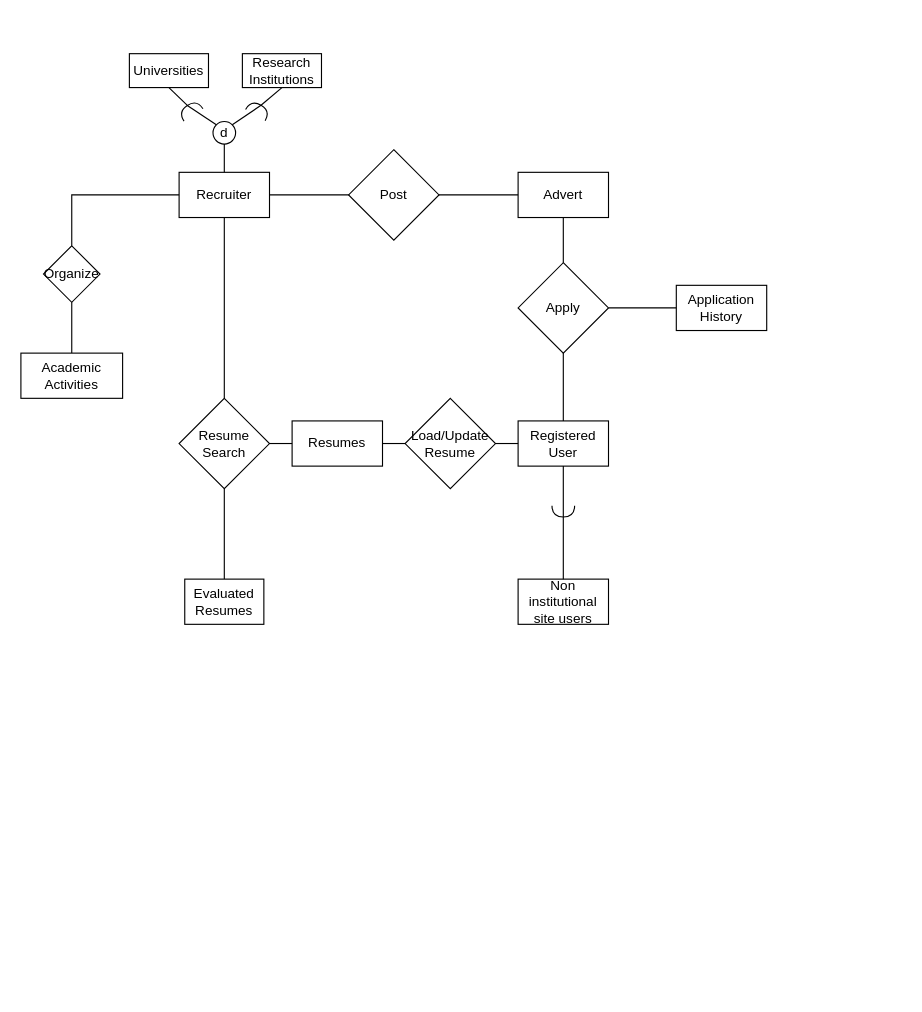
Earlier version of the draw.io diagram Untitled Diagram.drawio (elkesh/intro_to_database). Source tidied: cells renumbered, new cells numbered last; positions are measured from the earlier drawing's top-left corner, leaving out a move shared by most shapes. Both pictures are drawn from the tidied source at 113%, with x=0, y=0 at pixel (20, 53).
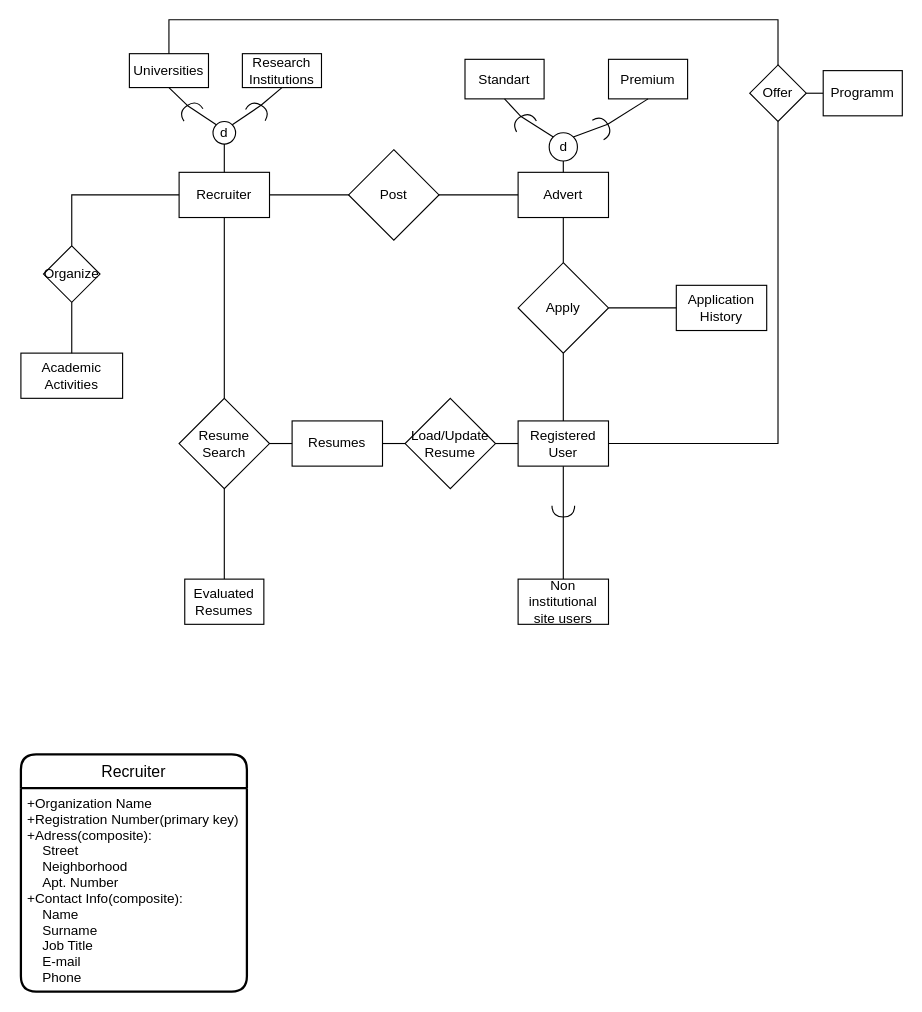
The same page after the edit.

The change refers to these unchanged cells:
```xml
<mxCell id="11" value="Registered&lt;br&gt;User" style="rounded=0;whiteSpace=wrap;html=1;" parent="1" vertex="1">
  <mxGeometry x="440" y="325" width="80" height="40" as="geometry" />
</mxCell>
<mxCell id="19" value="Advert" style="rounded=0;whiteSpace=wrap;html=1;" parent="1" vertex="1">
  <mxGeometry x="440" y="105" width="80" height="40" as="geometry" />
</mxCell>
<mxCell id="24" value="Universities" style="rounded=0;whiteSpace=wrap;html=1;" parent="1" vertex="1">
  <mxGeometry x="96" width="70" height="30" as="geometry" />
</mxCell>
```

Change to the diagram source:
```diff
@@
+    <mxCell id="39" style="endArrow=none;html=1;rounded=0;exitX=0.5;exitY=0;exitDx=0;exitDy=0;entryX=0.5;entryY=0;entryDx=0;entryDy=0;" parent="1" edge="1" source="24" target="40">
+      <mxGeometry relative="1" as="geometry">
+        <Array as="points">
+          <mxPoint x="131" y="-30" />
+          <mxPoint x="670" y="-30" />
+        </Array>
+      </mxGeometry>
+    </mxCell>
+    <mxCell id="40" value="Offer" style="rhombus;whiteSpace=wrap;html=1;" parent="1" vertex="1">
+      <mxGeometry x="645" y="10" width="50" height="50" as="geometry" />
+    </mxCell>
+    <mxCell id="41" style="endArrow=none;html=1;rounded=0;entryX=1;entryY=0.5;entryDx=0;entryDy=0;exitX=0;exitY=0.5;exitDx=0;exitDy=0;" parent="1" edge="1" source="42" target="40">
+      <mxGeometry relative="1" as="geometry" />
+    </mxCell>
+    <mxCell id="42" value="Programm" style="rounded=0;whiteSpace=wrap;html=1;" parent="1" vertex="1">
+      <mxGeometry x="710" y="15" width="70" height="40" as="geometry" />
+    </mxCell>
+    <mxCell id="43" style="endArrow=none;html=1;rounded=0;entryX=0.5;entryY=1;entryDx=0;entryDy=0;exitX=1;exitY=0.5;exitDx=0;exitDy=0;" parent="1" edge="1" source="11" target="40">
+      <mxGeometry relative="1" as="geometry">
+        <Array as="points">
+          <mxPoint x="670" y="345" />
+        </Array>
+      </mxGeometry>
+    </mxCell>
+    <mxCell id="44" value="d" style="ellipse;whiteSpace=wrap;html=1;" parent="1" vertex="1">
+      <mxGeometry x="467.5" y="70" width="25" height="25" as="geometry" />
+    </mxCell>
+    <mxCell id="45" style="endArrow=none;html=1;rounded=0;entryX=0.5;entryY=1;entryDx=0;entryDy=0;exitX=0.5;exitY=0;exitDx=0;exitDy=0;" parent="1" edge="1" source="19" target="44">
+      <mxGeometry relative="1" as="geometry" />
+    </mxCell>
+    <mxCell id="46" value="Standart" style="rounded=0;whiteSpace=wrap;html=1;" parent="1" vertex="1">
+      <mxGeometry x="393" y="5" width="70" height="35" as="geometry" />
+    </mxCell>
+    <mxCell id="47" value="Premium" style="rounded=0;whiteSpace=wrap;html=1;" parent="1" vertex="1">
+      <mxGeometry x="520" y="5" width="70" height="35" as="geometry" />
+    </mxCell>
+    <mxCell id="48" style="endArrow=none;html=1;rounded=0;entryX=0.5;entryY=1;entryDx=0;entryDy=0;exitX=1;exitY=0.5;exitDx=0;exitDy=0;exitPerimeter=0;" parent="1" edge="1" source="52" target="46">
+      <mxGeometry relative="1" as="geometry" />
+    </mxCell>
+    <mxCell id="49" style="endArrow=none;html=1;rounded=0;exitX=1;exitY=0.5;exitDx=0;exitDy=0;exitPerimeter=0;entryX=1;entryY=0;entryDx=0;entryDy=0;" parent="1" edge="1" source="50" target="44">
+      <mxGeometry relative="1" as="geometry" />
+    </mxCell>
+    <mxCell id="50" style="shape=requiredInterface;html=1;verticalLabelPosition=bottom;sketch=0;rotation=-30;" parent="1" vertex="1">
+      <mxGeometry x="510" y="55" width="10" height="20" as="geometry" />
+    </mxCell>
+    <mxCell id="51" style="endArrow=none;html=1;rounded=0;entryX=0.5;entryY=1;entryDx=0;entryDy=0;exitX=1;exitY=0.5;exitDx=0;exitDy=0;exitPerimeter=0;" parent="1" edge="1" source="50" target="47">
+      <mxGeometry relative="1" as="geometry" />
+    </mxCell>
+    <mxCell id="52" style="shape=requiredInterface;html=1;verticalLabelPosition=bottom;sketch=0;rotation=-119;" parent="1" vertex="1">
+      <mxGeometry x="440" y="50" width="10" height="20" as="geometry" />
+    </mxCell>
+    <mxCell id="53" style="endArrow=none;html=1;rounded=0;entryX=1;entryY=0.5;entryDx=0;entryDy=0;entryPerimeter=0;exitX=0;exitY=0;exitDx=0;exitDy=0;" parent="1" edge="1" source="44" target="52">
+      <mxGeometry relative="1" as="geometry" />
+    </mxCell>
+    <mxCell id="54" value="Recruiter" style="swimlane;horizontal=1;startSize=30;rounded=1;fontSize=14;fontStyle=0;strokeWidth=2;shadow=0;dashed=0;align=center;" parent="1" vertex="1">
+      <mxGeometry y="620" width="200" height="210" as="geometry" />
+    </mxCell>
+    <mxCell id="55" value="+Organization Name&#10;+Registration Number(primary key)&#10;+Adress(composite):&#10;    Street&#10;    Neighborhood&#10;    Apt. Number&#10;+Contact Info(composite):&#10;    Name&#10;    Surname&#10;    Job Title&#10;    E-mail&#10;    Phone&#10;" style="align=left;strokeColor=none;fillColor=none;spacingLeft=4;fontSize=12;verticalAlign=top;" parent="54" vertex="1">
+      <mxGeometry y="30" width="200" height="180" as="geometry" />
+    </mxCell>
```
